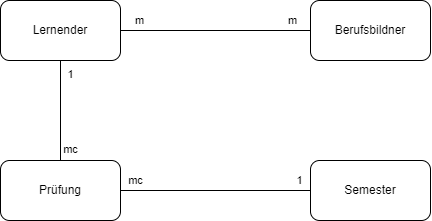
Above: kn-m-02/scheme_konzeptionell.png in mariotraub/m165 (draw.io), before the change. Source tidied: cells renumbered, new cells last; positions are measured from the earlier drawing's top-left corner, leaving out a move shared by most shapes. Source of this version:
```xml
<mxGraphModel>
  <root>
    <mxCell id="0" />
    <mxCell id="1" parent="0" />
    <mxCell id="2" style="edgeStyle=orthogonalEdgeStyle;rounded=0;jettySize=auto;html=1;endArrow=none;startFill=0;" parent="1" edge="1" source="5" target="13">
      <mxGeometry relative="1" as="geometry" />
    </mxCell>
    <mxCell id="3" value="1" style="edgeLabel;html=1;align=center;verticalAlign=middle;" parent="2" vertex="1">
      <mxGeometry x="-0.73" y="1" relative="1" as="geometry">
        <mxPoint x="9" as="offset" />
      </mxGeometry>
    </mxCell>
    <mxCell id="4" value="mc" style="edgeLabel;html=1;align=center;verticalAlign=middle;" parent="2" vertex="1">
      <mxGeometry x="0.78" y="1" relative="1" as="geometry">
        <mxPoint x="9" as="offset" />
      </mxGeometry>
    </mxCell>
    <mxCell id="5" value="Lernender" style="rounded=1;whiteSpace=wrap;html=1;" parent="1" vertex="1">
      <mxGeometry width="120" height="60" as="geometry" />
    </mxCell>
    <mxCell id="6" style="edgeStyle=orthogonalEdgeStyle;rounded=0;jettySize=auto;html=1;endArrow=none;startFill=0;" parent="1" edge="1" source="9" target="5">
      <mxGeometry relative="1" as="geometry" />
    </mxCell>
    <mxCell id="7" value="m" style="edgeLabel;html=1;align=center;verticalAlign=middle;" parent="6" vertex="1">
      <mxGeometry x="0.8" y="-2" relative="1" as="geometry">
        <mxPoint y="-8" as="offset" />
      </mxGeometry>
    </mxCell>
    <mxCell id="8" value="m" style="edgeLabel;html=1;align=center;verticalAlign=middle;" parent="6" vertex="1">
      <mxGeometry x="-0.81" relative="1" as="geometry">
        <mxPoint y="-10" as="offset" />
      </mxGeometry>
    </mxCell>
    <mxCell id="9" value="Berufsbildner" style="rounded=1;whiteSpace=wrap;html=1;" parent="1" vertex="1">
      <mxGeometry x="310" width="120" height="60" as="geometry" />
    </mxCell>
    <mxCell id="10" style="edgeStyle=orthogonalEdgeStyle;rounded=0;jettySize=auto;html=1;entryX=0;entryY=0.5;entryDx=0;entryDy=0;endArrow=none;startFill=0;" parent="1" edge="1" source="13" target="14">
      <mxGeometry relative="1" as="geometry" />
    </mxCell>
    <mxCell id="11" value="mc" style="edgeLabel;html=1;align=center;verticalAlign=middle;" parent="10" vertex="1">
      <mxGeometry x="-0.84" y="2" relative="1" as="geometry">
        <mxPoint y="-8" as="offset" />
      </mxGeometry>
    </mxCell>
    <mxCell id="12" value="1" style="edgeLabel;html=1;align=center;verticalAlign=middle;" parent="10" vertex="1">
      <mxGeometry x="0.88" y="4" relative="1" as="geometry">
        <mxPoint y="-6" as="offset" />
      </mxGeometry>
    </mxCell>
    <mxCell id="13" value="Prüfung" style="rounded=1;whiteSpace=wrap;html=1;" parent="1" vertex="1">
      <mxGeometry y="160" width="120" height="60" as="geometry" />
    </mxCell>
    <mxCell id="14" value="Semester" style="rounded=1;whiteSpace=wrap;html=1;" parent="1" vertex="1">
      <mxGeometry x="310" y="160" width="120" height="60" as="geometry" />
    </mxCell>
  </root>
</mxGraphModel>
```
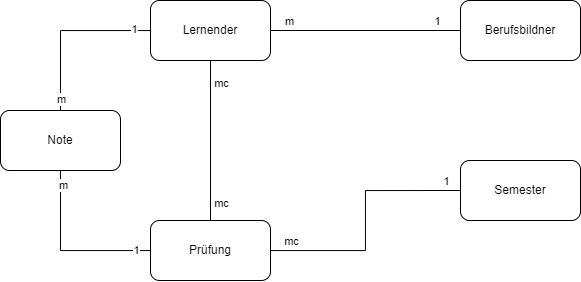
The same file after the commit.

The edit, as a diff of the source:
```diff
@@ -5,7 +5,7 @@
     <mxCell id="2" style="edgeStyle=orthogonalEdgeStyle;rounded=0;jettySize=auto;html=1;endArrow=none;startFill=0;" parent="1" edge="1" source="5" target="13">
       <mxGeometry relative="1" as="geometry" />
     </mxCell>
-    <mxCell id="3" value="1" style="edgeLabel;html=1;align=center;verticalAlign=middle;" parent="2" vertex="1">
+    <mxCell id="3" value="mc" style="edgeLabel;html=1;align=center;verticalAlign=middle;" parent="2" vertex="1">
       <mxGeometry x="-0.73" y="1" relative="1" as="geometry">
         <mxPoint x="9" as="offset" />
       </mxGeometry>
@@ -15,6 +15,15 @@
         <mxPoint x="9" as="offset" />
       </mxGeometry>
     </mxCell>
+    <mxCell id="15" style="edgeStyle=orthogonalEdgeStyle;rounded=0;jettySize=auto;html=1;entryX=0.5;entryY=0;entryDx=0;entryDy=0;endArrow=none;startFill=0;" parent="1" edge="1" source="5" target="22">
+      <mxGeometry relative="1" as="geometry" />
+    </mxCell>
+    <mxCell id="16" value="1" style="edgeLabel;html=1;align=center;verticalAlign=middle;fontFamily=Helvetica;fontSize=11;fontColor=default;labelBackgroundColor=default;" parent="15" vertex="1">
+      <mxGeometry x="-0.81" y="-2" relative="1" as="geometry" />
+    </mxCell>
+    <mxCell id="17" value="m" style="edgeLabel;html=1;align=center;verticalAlign=middle;fontFamily=Helvetica;fontSize=11;fontColor=default;labelBackgroundColor=default;" parent="15" vertex="1">
+      <mxGeometry x="0.87" relative="1" as="geometry" />
+    </mxCell>
     <mxCell id="5" value="Lernender" style="rounded=1;whiteSpace=wrap;html=1;" parent="1" vertex="1">
       <mxGeometry width="120" height="60" as="geometry" />
     </mxCell>
@@ -26,11 +35,11 @@
         <mxPoint y="-8" as="offset" />
       </mxGeometry>
     </mxCell>
-    <mxCell id="8" value="m" style="edgeLabel;html=1;align=center;verticalAlign=middle;" parent="6" vertex="1">
-      <mxGeometry x="-0.81" relative="1" as="geometry">
-        <mxPoint y="-10" as="offset" />
-      </mxGeometry>
-    </mxCell>
+    <mxCell id="18" value="1" style="edgeLabel;html=1;align=center;verticalAlign=middle;" parent="6" vertex="1">
+      <mxGeometry x="-0.75" y="1" relative="1" as="geometry">
+        <mxPoint y="-11" as="offset" />
+      </mxGeometry>
+    </mxCell>
     <mxCell id="9" value="Berufsbildner" style="rounded=1;whiteSpace=wrap;html=1;" parent="1" vertex="1">
       <mxGeometry x="310" width="120" height="60" as="geometry" />
     </mxCell>
@@ -47,11 +56,23 @@
         <mxPoint y="-6" as="offset" />
       </mxGeometry>
     </mxCell>
+    <mxCell id="19" style="edgeStyle=orthogonalEdgeStyle;shape=connector;rounded=0;jettySize=auto;html=1;entryX=0.5;entryY=1;entryDx=0;entryDy=0;strokeColor=default;align=center;verticalAlign=middle;fontFamily=Helvetica;fontSize=11;fontColor=default;labelBackgroundColor=default;startFill=0;endArrow=none;" parent="1" edge="1" source="13" target="22">
+      <mxGeometry relative="1" as="geometry" />
+    </mxCell>
+    <mxCell id="20" value="m" style="edgeLabel;html=1;align=center;verticalAlign=middle;fontFamily=Helvetica;fontSize=11;fontColor=default;labelBackgroundColor=default;" parent="19" vertex="1">
+      <mxGeometry x="0.83" y="-2" relative="1" as="geometry" />
+    </mxCell>
+    <mxCell id="21" value="1" style="edgeLabel;html=1;align=center;verticalAlign=middle;fontFamily=Helvetica;fontSize=11;fontColor=default;labelBackgroundColor=default;" parent="19" vertex="1">
+      <mxGeometry x="-0.84" y="-1" relative="1" as="geometry" />
+    </mxCell>
     <mxCell id="13" value="Prüfung" style="rounded=1;whiteSpace=wrap;html=1;" parent="1" vertex="1">
-      <mxGeometry y="160" width="120" height="60" as="geometry" />
+      <mxGeometry y="220" width="120" height="60" as="geometry" />
     </mxCell>
     <mxCell id="14" value="Semester" style="rounded=1;whiteSpace=wrap;html=1;" parent="1" vertex="1">
       <mxGeometry x="310" y="160" width="120" height="60" as="geometry" />
     </mxCell>
+    <mxCell id="22" value="Note" style="rounded=1;whiteSpace=wrap;html=1;" parent="1" vertex="1">
+      <mxGeometry x="-150" y="110" width="120" height="60" as="geometry" />
+    </mxCell>
   </root>
 </mxGraphModel>
```
